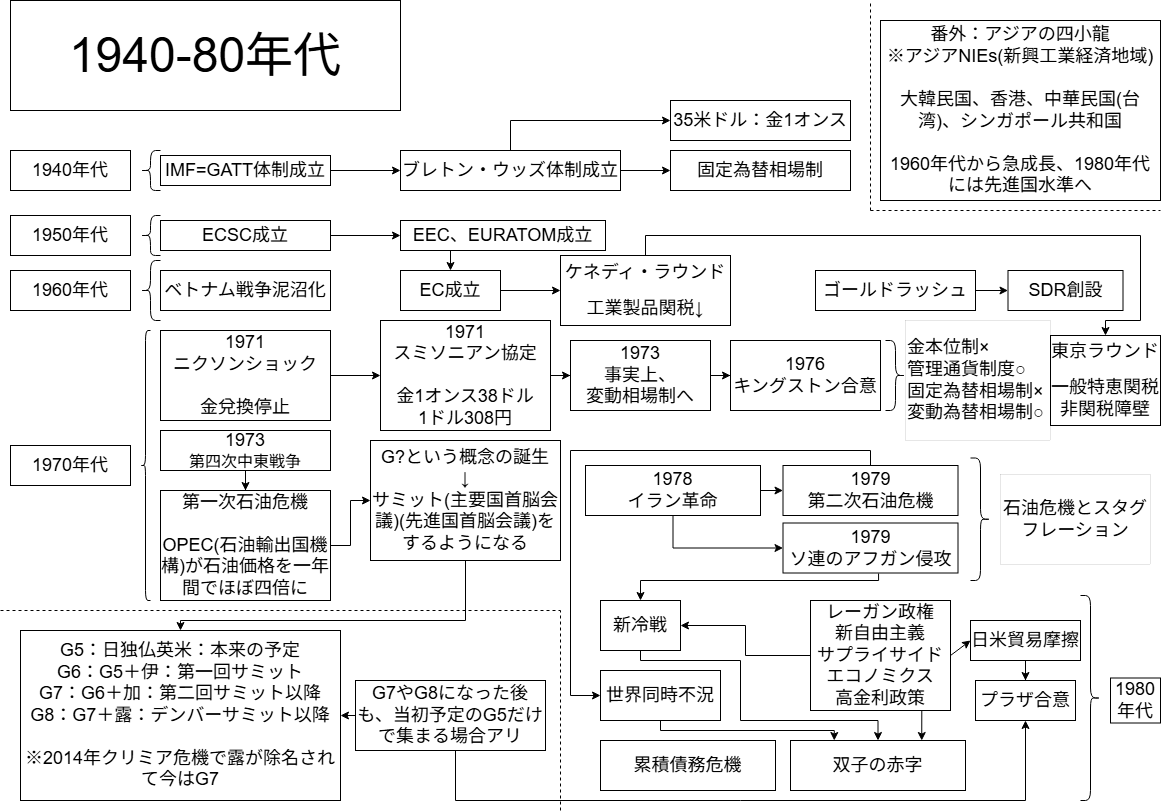
teacheramesaka/highschooleconomics keeps this draw.io diagram as docs/media/bansyo/03_01_1940-80s.png. Above is the earlier version. Source tidied: cells renumbered, new cells last; positions are measured from the earlier drawing's top-left corner, leaving out a move shared by most shapes.
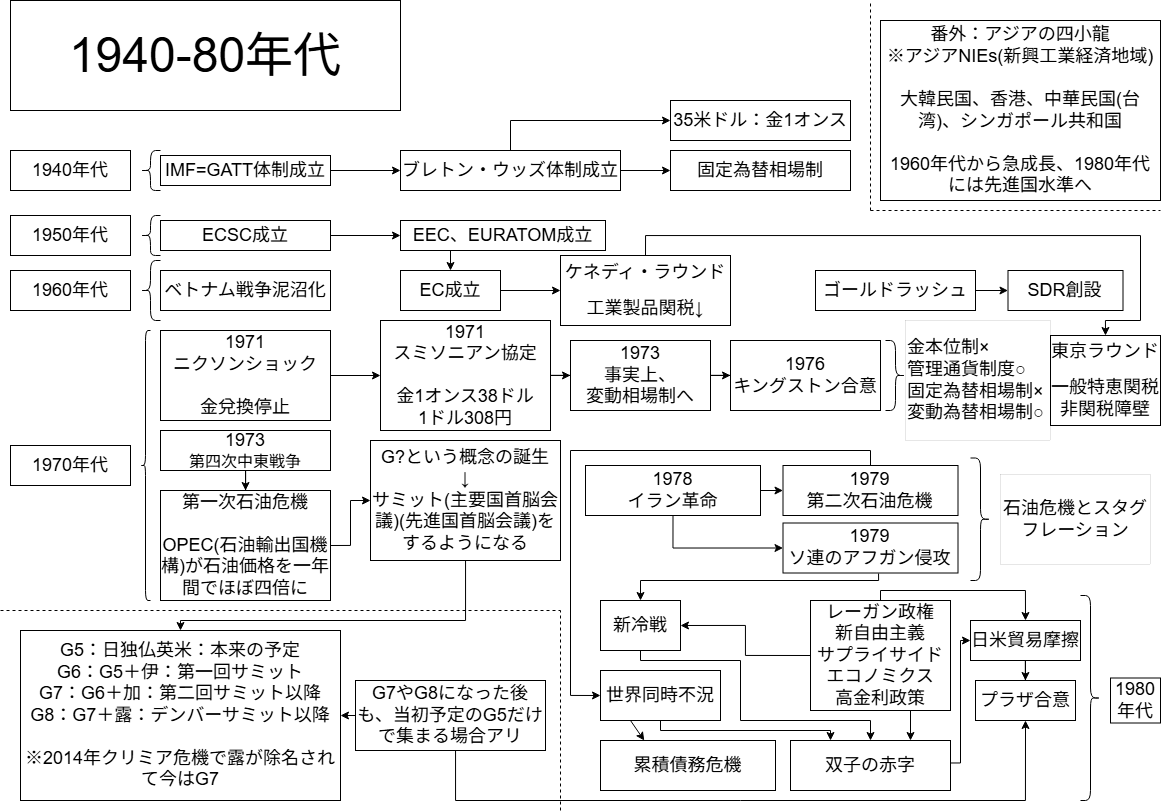
After the change.

What changed in the source:
```diff
@@ -179,7 +179,7 @@
       <mxGeometry relative="1" as="geometry">
         <Array as="points">
           <mxPoint x="660" y="730" />
-          <mxPoint x="834" y="730" />
+          <mxPoint x="830" y="730" />
         </Array>
       </mxGeometry>
     </mxCell>
@@ -203,15 +203,24 @@
           <mxPoint x="640" y="660" />
           <mxPoint x="740" y="660" />
           <mxPoint x="740" y="720" />
-          <mxPoint x="878" y="720" />
+          <mxPoint x="870" y="720" />
         </Array>
       </mxGeometry>
     </mxCell>
     <mxCell id="57" value="&lt;div&gt;&lt;span style=&quot;font-size: 18px;&quot;&gt;新冷戦&lt;/span&gt;&lt;/div&gt;" style="rounded=0;whiteSpace=wrap;html=1;" parent="1" vertex="1">
       <mxGeometry x="600" y="600" width="80" height="50" as="geometry" />
     </mxCell>
+    <mxCell id="79" style="edgeStyle=orthogonalEdgeStyle;rounded=0;jettySize=auto;html=1;entryX=0;entryY=0.5;entryDx=0;entryDy=0;" parent="1" edge="1" target="64">
+      <mxGeometry relative="1" as="geometry">
+        <mxPoint x="937.5" y="762.5" as="sourcePoint" />
+        <Array as="points">
+          <mxPoint x="960" y="763" />
+          <mxPoint x="960" y="640" />
+        </Array>
+      </mxGeometry>
+    </mxCell>
     <mxCell id="58" value="&lt;div&gt;&lt;span style=&quot;font-size: 18px;&quot;&gt;双子の赤字&lt;/span&gt;&lt;/div&gt;" style="rounded=0;whiteSpace=wrap;html=1;" parent="1" vertex="1">
-      <mxGeometry x="790" y="740" width="175" height="50" as="geometry" />
+      <mxGeometry x="790" y="740" width="160" height="50" as="geometry" />
     </mxCell>
     <mxCell id="59" style="edgeStyle=orthogonalEdgeStyle;rounded=0;jettySize=auto;html=1;entryX=0.75;entryY=0;entryDx=0;entryDy=0;exitX=0.75;exitY=1;exitDx=0;exitDy=0;" parent="1" edge="1" source="61" target="58">
       <mxGeometry relative="1" as="geometry" />
@@ -219,6 +228,14 @@
     <mxCell id="60" style="edgeStyle=orthogonalEdgeStyle;rounded=0;jettySize=auto;html=1;exitX=0;exitY=0.5;exitDx=0;exitDy=0;entryX=1;entryY=0.5;entryDx=0;entryDy=0;" parent="1" edge="1" source="61" target="57">
       <mxGeometry relative="1" as="geometry" />
     </mxCell>
+    <mxCell id="65" style="edgeStyle=orthogonalEdgeStyle;rounded=0;jettySize=auto;html=1;exitX=0.5;exitY=0;exitDx=0;exitDy=0;entryX=0.5;entryY=0;entryDx=0;entryDy=0;" parent="1" edge="1" source="61" target="64">
+      <mxGeometry relative="1" as="geometry">
+        <Array as="points">
+          <mxPoint x="880" y="590" />
+          <mxPoint x="1025" y="590" />
+        </Array>
+      </mxGeometry>
+    </mxCell>
     <mxCell id="61" value="&lt;div&gt;&lt;span style=&quot;font-size: 18px;&quot;&gt;レーガン政権&lt;/span&gt;&lt;/div&gt;&lt;div&gt;&lt;span style=&quot;font-size: 18px;&quot;&gt;新自由主義&lt;/span&gt;&lt;/div&gt;&lt;div&gt;&lt;span style=&quot;font-size: 18px;&quot;&gt;サプライサイドエコノミクス&lt;/span&gt;&lt;/div&gt;&lt;div&gt;&lt;span style=&quot;font-size: 18px;&quot;&gt;高金利政策&lt;/span&gt;&lt;/div&gt;" style="rounded=0;whiteSpace=wrap;html=1;" parent="1" vertex="1">
       <mxGeometry x="810" y="600" width="140" height="110" as="geometry" />
     </mxCell>
@@ -231,9 +248,6 @@
     <mxCell id="64" value="&lt;span style=&quot;font-size: 18px;&quot;&gt;日米貿易摩擦&lt;/span&gt;" style="rounded=0;whiteSpace=wrap;html=1;" parent="1" vertex="1">
       <mxGeometry x="970" y="620" width="110" height="40" as="geometry" />
     </mxCell>
-    <mxCell id="65" style="endArrow=classic;html=1;rounded=0;exitX=1;exitY=0.5;exitDx=0;exitDy=0;entryX=0;entryY=0.5;entryDx=0;entryDy=0;" parent="1" edge="1" source="61" target="64">
-      <mxGeometry relative="1" as="geometry" />
-    </mxCell>
     <mxCell id="66" style="shape=curlyBracket;whiteSpace=wrap;html=1;rounded=1;flipH=1;labelPosition=right;verticalLabelPosition=middle;align=left;verticalAlign=middle;" parent="1" vertex="1">
       <mxGeometry x="1080" y="595" width="20" height="205" as="geometry" />
     </mxCell>
@@ -288,5 +302,8 @@
         <mxPoint x="1160" y="210" as="targetPoint" />
       </mxGeometry>
     </mxCell>
+    <mxCell id="80" style="endArrow=classic;html=1;rounded=0;exitX=0.25;exitY=1;exitDx=0;exitDy=0;entryX=0.25;entryY=0;entryDx=0;entryDy=0;" parent="1" edge="1" source="53" target="51">
+      <mxGeometry relative="1" as="geometry" />
+    </mxCell>
   </root>
 </mxGraphModel>
```
